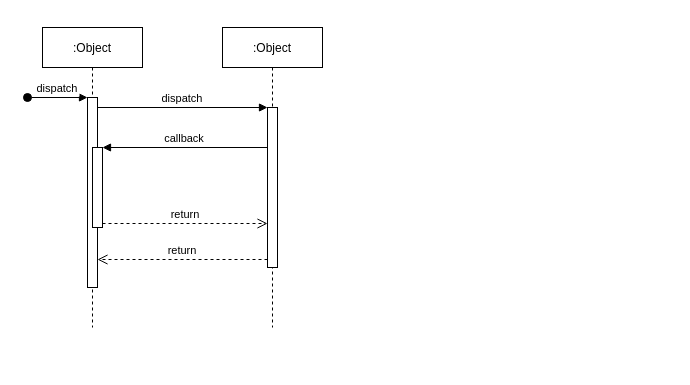
Before: lol.drawio in bobend/bobend.github.io, a draw.io diagram. Source tidied: cells renumbered, new cells numbered last; positions are measured from the earlier drawing's top-left corner, leaving out a move shared by most shapes. Both pictures are drawn from the tidied source at 100%, with x=0, y=0 at pixel (27, 27).
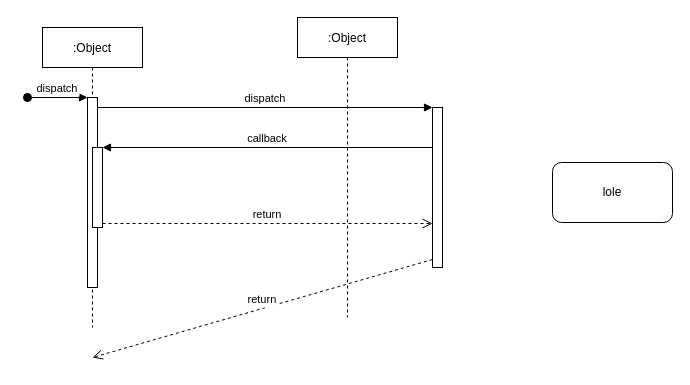
The same page after the edit.

Change to the diagram source:
```diff
@@
 <mxGraphModel>
   <root>
     <mxCell id="0" />
     <mxCell id="1" parent="0" />
     <mxCell id="2" value=":Object" style="shape=umlLifeline;perimeter=lifelinePerimeter;rounded=0;shadow=0;strokeWidth=1;" parent="1" vertex="1">
       <mxGeometry x="15" width="100" height="300" as="geometry" />
     </mxCell>
     <mxCell id="3" style="points=[];perimeter=orthogonalPerimeter;rounded=0;shadow=0;strokeWidth=1;" parent="2" vertex="1">
       <mxGeometry x="45" y="70" width="10" height="190" as="geometry" />
     </mxCell>
     <mxCell id="4" value="dispatch" style="verticalAlign=bottom;startArrow=oval;endArrow=block;startSize=8;shadow=0;strokeWidth=1;" parent="2" edge="1" target="3">
       <mxGeometry relative="1" as="geometry">
         <mxPoint x="-15" y="70" as="sourcePoint" />
       </mxGeometry>
     </mxCell>
     <mxCell id="5" style="points=[];perimeter=orthogonalPerimeter;rounded=0;shadow=0;strokeWidth=1;" parent="2" vertex="1">
       <mxGeometry x="50" y="120" width="10" height="80" as="geometry" />
     </mxCell>
     <mxCell id="6" value=":Object" style="shape=umlLifeline;perimeter=lifelinePerimeter;rounded=0;shadow=0;strokeWidth=1;" parent="1" vertex="1">
-      <mxGeometry x="195" width="100" height="300" as="geometry" />
+      <mxGeometry x="270" y="-10" width="100" height="300" as="geometry" />
     </mxCell>
-    <mxCell id="7" style="points=[];perimeter=orthogonalPerimeter;rounded=0;shadow=0;strokeWidth=1;" parent="6" vertex="1">
-      <mxGeometry x="45" y="80" width="10" height="160" as="geometry" />
-    </mxCell>
-    <mxCell id="8" value="return" style="verticalAlign=bottom;endArrow=open;dashed=1;endSize=8;exitX=0;exitY=0.95;shadow=0;strokeWidth=1;" parent="1" edge="1" source="7" target="3">
-      <mxGeometry relative="1" as="geometry" />
+    <mxCell id="8" value="return" style="verticalAlign=bottom;endArrow=open;dashed=1;endSize=8;exitX=0;exitY=0.95;shadow=0;strokeWidth=1;" parent="1" edge="1" source="7">
+      <mxGeometry relative="1" as="geometry">
+        <mxPoint x="65" y="330" as="targetPoint" />
+      </mxGeometry>
     </mxCell>
     <mxCell id="9" value="dispatch" style="verticalAlign=bottom;endArrow=block;entryX=0;entryY=0;shadow=0;strokeWidth=1;" parent="1" edge="1" source="3" target="7">
       <mxGeometry relative="1" as="geometry" />
     </mxCell>
     <mxCell id="10" value="callback" style="verticalAlign=bottom;endArrow=block;entryX=1;entryY=0;shadow=0;strokeWidth=1;" parent="1" edge="1" source="7" target="5">
       <mxGeometry relative="1" as="geometry" />
     </mxCell>
     <mxCell id="11" value="return" style="verticalAlign=bottom;endArrow=open;dashed=1;endSize=8;exitX=1;exitY=0.95;shadow=0;strokeWidth=1;" parent="1" edge="1" source="5" target="7">
       <mxGeometry relative="1" as="geometry" />
     </mxCell>
+    <mxCell id="7" style="points=[];perimeter=orthogonalPerimeter;rounded=0;shadow=0;strokeWidth=1;" parent="1" vertex="1">
+      <mxGeometry x="405" y="80" width="10" height="160" as="geometry" />
+    </mxCell>
+    <mxCell id="12" value="lole" style="rounded=1;whiteSpace=wrap;html=1;" parent="1" vertex="1">
+      <mxGeometry x="525" y="135" width="120" height="60" as="geometry" />
+    </mxCell>
   </root>
 </mxGraphModel>
```
